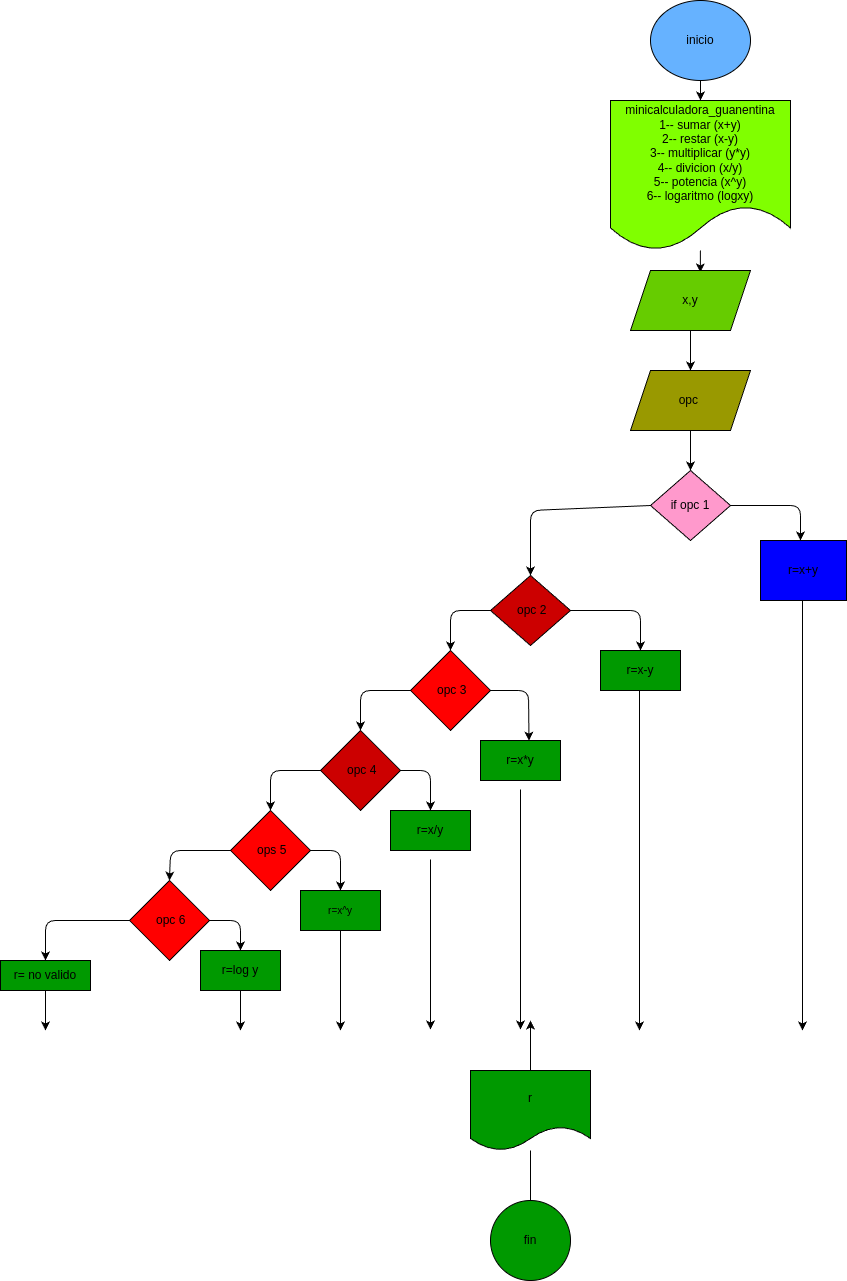
This is diagrama.png from juan10-7/minicalculadora_guanentina, a draw.io export, as it was before one commit. Source tidied: cells renumbered, new cells last; positions are measured from the earlier drawing's top-left corner, leaving out a move shared by most shapes.
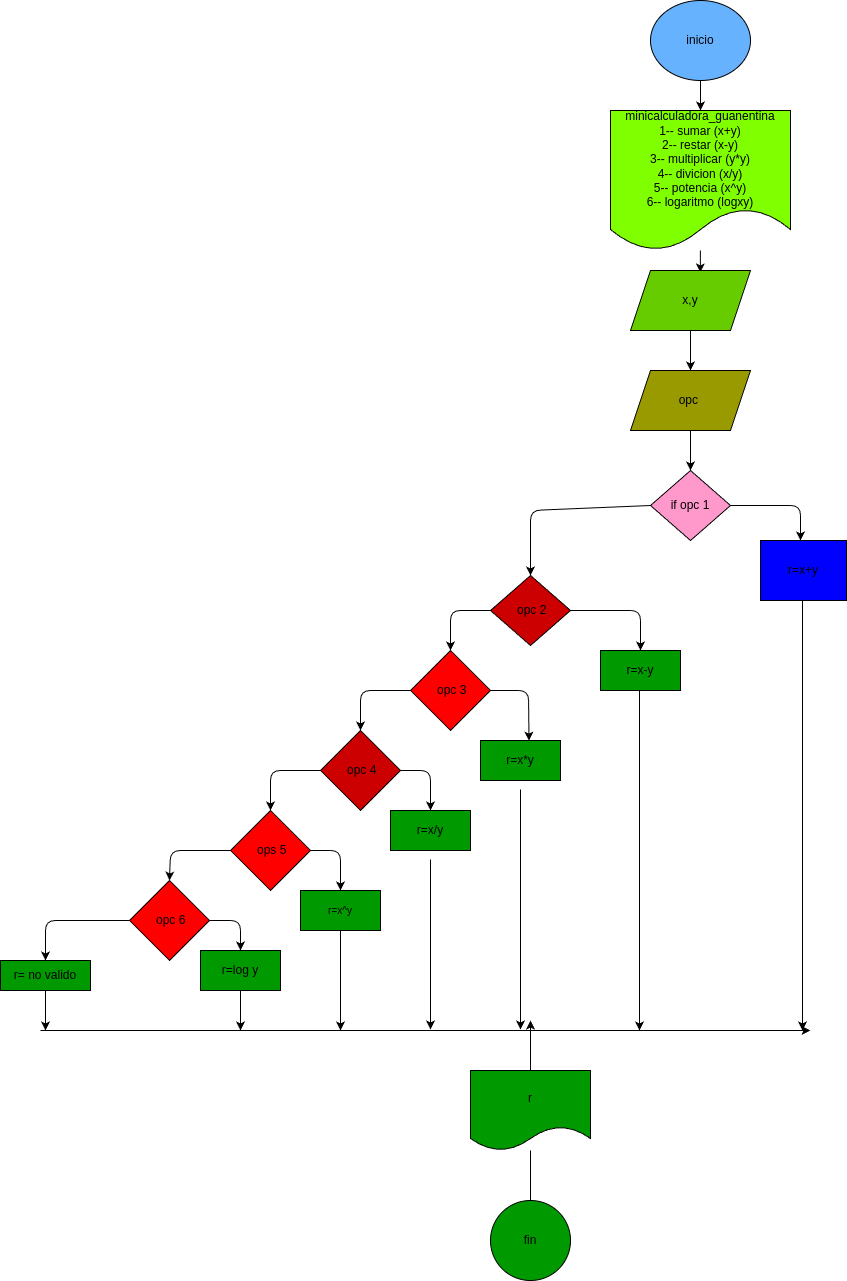
After the change.

Commit message:
se agregaron nuevos archivos

Change to the diagram source:
```diff
@@ -18,7 +18,7 @@
       <mxGeometry relative="1" as="geometry" />
     </mxCell>
     <mxCell id="6" value="minicalculadora_guanentina&lt;br&gt;1-- sumar (x+y)&lt;br&gt;2-- restar (x-y)&lt;br&gt;3-- multiplicar (y*y)&lt;br&gt;4-- divicion (x/y)&lt;br&gt;5-- potencia (x^y)&lt;br&gt;6-- logaritmo (logxy)" style="shape=document;whiteSpace=wrap;html=1;boundedLbl=1;fillColor=#80FF00;" parent="1" vertex="1">
-      <mxGeometry x="610" y="100" width="180" height="150" as="geometry" />
+      <mxGeometry x="610" y="110" width="180" height="140" as="geometry" />
     </mxCell>
     <mxCell id="7" style="edgeStyle=none;html=1;entryX=0.5;entryY=0;entryDx=0;entryDy=0;" parent="1" edge="1" source="8" target="10">
       <mxGeometry relative="1" as="geometry" />
@@ -211,5 +211,11 @@
     <mxCell id="46" value="r= no valido" style="whiteSpace=wrap;html=1;fillColor=#009900;" parent="1" vertex="1">
       <mxGeometry y="960" width="90" height="30" as="geometry" />
     </mxCell>
+    <mxCell id="47" style="edgeStyle=none;orthogonalLoop=1;jettySize=auto;html=1;" parent="1" edge="1">
+      <mxGeometry relative="1" as="geometry">
+        <mxPoint x="40" y="1030" as="sourcePoint" />
+        <mxPoint x="810" y="1030" as="targetPoint" />
+      </mxGeometry>
+    </mxCell>
   </root>
 </mxGraphModel>
```
